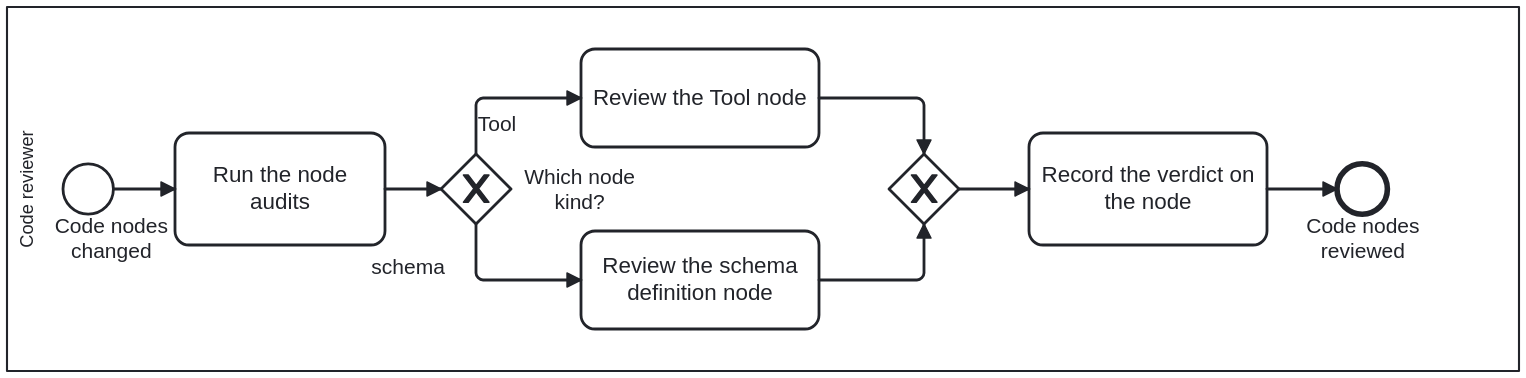
Earlier version of the BPMN export docs/assets/img/workflows/review-code.svg (litlfred/cat-harness). Its source is kept beside it as processes/kg/review-code.bpmn. Ids are renumbered.
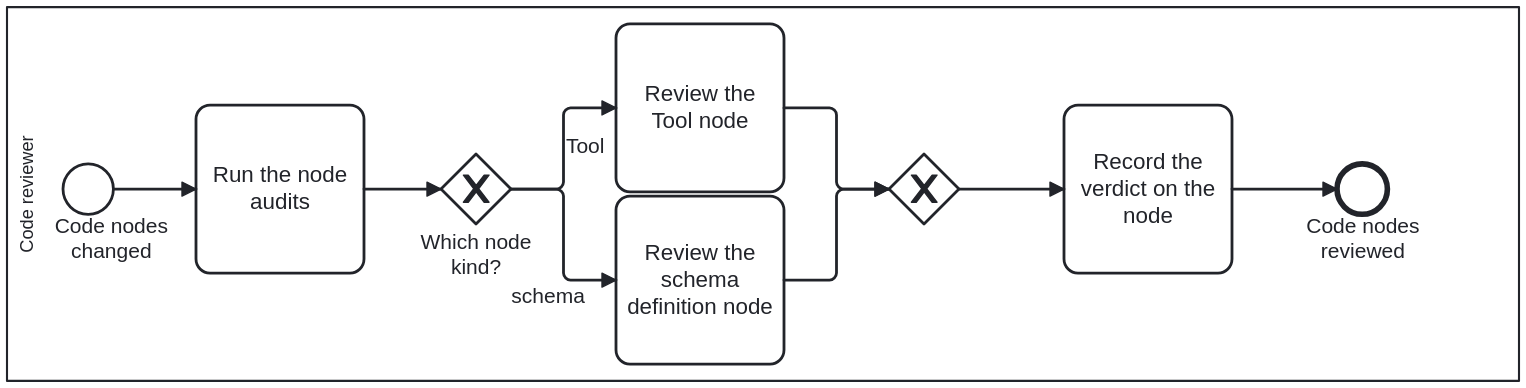
After the commit.

Diff of the diagram source:
```diff
@@ -119,58 +119,74 @@
   <bpmndi:BPMNDiagram id="Diagram_CodeReview">
     <bpmndi:BPMNPlane id="Plane_CodeReview" bpmnElement="Process_CodeReview">
       <bpmndi:BPMNShape id="S_Lane_CodeReviewer" bpmnElement="Lane_CodeReviewer" isHorizontal="true">
-        <dc:Bounds x="160" y="80" width="1080" height="260"/>
+        <dc:Bounds x="160" y="80" width="1080" height="267" />
       </bpmndi:BPMNShape>
       <bpmndi:BPMNShape id="S_Start_CodeNodes" bpmnElement="Start_CodeNodes">
-        <dc:Bounds x="200" y="192" width="36" height="36"/>
-        <bpmndi:BPMNLabel><dc:Bounds x="189.51" y="227.5" width="90" height="36" /></bpmndi:BPMNLabel>
-      </bpmndi:BPMNShape>
+        <dc:Bounds x="200" y="192" width="36" height="36" />
+
+      <bpmndi:BPMNLabel><dc:Bounds x="189.51" y="227.5" width="90" height="36" /></bpmndi:BPMNLabel></bpmndi:BPMNShape>
       <bpmndi:BPMNShape id="S_Task_RunNodeAudits" bpmnElement="Task_RunNodeAudits">
-        <dc:Bounds x="280" y="170" width="150" height="80"/>
+        <dc:Bounds x="295" y="150" width="120" height="120" />
       </bpmndi:BPMNShape>
       <bpmndi:BPMNShape id="S_GW_NodeKind" bpmnElement="GW_NodeKind" isMarkerVisible="true">
-        <dc:Bounds x="470" y="185" width="50" height="50"/>
-        <bpmndi:BPMNLabel><dc:Bounds x="524" y="192.5" width="90" height="35" /></bpmndi:BPMNLabel>
-      </bpmndi:BPMNShape>
+        <dc:Bounds x="470" y="185" width="50" height="50" />
+
+      <bpmndi:BPMNLabel><dc:Bounds x="450" y="239" width="90" height="35" /></bpmndi:BPMNLabel></bpmndi:BPMNShape>
       <bpmndi:BPMNShape id="S_Task_ReviewTool" bpmnElement="Task_ReviewTool">
-        <dc:Bounds x="570" y="110" width="170" height="70"/>
+        <dc:Bounds x="595" y="92" width="120" height="120" />
       </bpmndi:BPMNShape>
       <bpmndi:BPMNShape id="S_Task_ReviewSchema" bpmnElement="Task_ReviewSchema">
-        <dc:Bounds x="570" y="240" width="170" height="70"/>
+        <dc:Bounds x="595" y="215" width="120" height="120" />
       </bpmndi:BPMNShape>
       <bpmndi:BPMNShape id="S_GW_Join" bpmnElement="GW_Join" isMarkerVisible="true">
-        <dc:Bounds x="790" y="185" width="50" height="50"/>
+        <dc:Bounds x="790" y="185" width="50" height="50" />
       </bpmndi:BPMNShape>
       <bpmndi:BPMNShape id="S_Task_RecordVerdict" bpmnElement="Task_RecordVerdict">
-        <dc:Bounds x="890" y="170" width="170" height="80"/>
+        <dc:Bounds x="915" y="150" width="120" height="120" />
       </bpmndi:BPMNShape>
       <bpmndi:BPMNShape id="S_End_CodeReviewed" bpmnElement="End_CodeReviewed">
-        <dc:Bounds x="1110" y="192" width="36" height="36"/>
+        <dc:Bounds x="1110" y="192" width="36" height="36" />
       </bpmndi:BPMNShape>
       <bpmndi:BPMNEdge id="E_F_C1" bpmnElement="F_C1">
-        <di:waypoint x="236" y="210"/><di:waypoint x="280" y="210"/>
+        <di:waypoint x="236" y="210" />
+        <di:waypoint x="295" y="210" />
       </bpmndi:BPMNEdge>
       <bpmndi:BPMNEdge id="E_F_C2" bpmnElement="F_C2">
-        <di:waypoint x="430" y="210"/><di:waypoint x="470" y="210"/>
+        <di:waypoint x="415" y="210" />
+        <di:waypoint x="470" y="210" />
       </bpmndi:BPMNEdge>
       <bpmndi:BPMNEdge id="E_F_C3" bpmnElement="F_C3">
-        <di:waypoint x="495" y="185"/><di:waypoint x="495" y="145"/><di:waypoint x="570" y="145"/>
+        <di:waypoint x="520" y="210" />
+        <di:waypoint x="557.5" y="210" />
+        <di:waypoint x="557.5" y="152" />
+        <di:waypoint x="595" y="152" />
       </bpmndi:BPMNEdge>
       <bpmndi:BPMNEdge id="E_F_C4" bpmnElement="F_C4">
-        <di:waypoint x="495" y="235"/><di:waypoint x="495" y="275"/><di:waypoint x="570" y="275"/>
-        <bpmndi:BPMNLabel><dc:Bounds x="401" y="256.5" width="90" height="17" /></bpmndi:BPMNLabel>
+        <di:waypoint x="520" y="210" />
+        <di:waypoint x="557.5" y="210" />
+        <di:waypoint x="557.5" y="275" />
+        <di:waypoint x="595" y="275" />
+        <bpmndi:BPMNLabel><dc:Bounds x="501" y="278" width="90" height="17" /></bpmndi:BPMNLabel>
       </bpmndi:BPMNEdge>
       <bpmndi:BPMNEdge id="E_F_C5" bpmnElement="F_C5">
-        <di:waypoint x="740" y="145"/><di:waypoint x="815" y="145"/><di:waypoint x="815" y="185"/>
+        <di:waypoint x="715" y="152" />
+        <di:waypoint x="752.5" y="152" />
+        <di:waypoint x="752.5" y="210" />
+        <di:waypoint x="790" y="210" />
       </bpmndi:BPMNEdge>
       <bpmndi:BPMNEdge id="E_F_C6" bpmnElement="F_C6">
-        <di:waypoint x="740" y="275"/><di:waypoint x="815" y="275"/><di:waypoint x="815" y="235"/>
+        <di:waypoint x="715" y="275" />
+        <di:waypoint x="752.5" y="275" />
+        <di:waypoint x="752.5" y="210" />
+        <di:waypoint x="790" y="210" />
       </bpmndi:BPMNEdge>
       <bpmndi:BPMNEdge id="E_F_C7" bpmnElement="F_C7">
-        <di:waypoint x="840" y="210"/><di:waypoint x="890" y="210"/>
+        <di:waypoint x="840" y="210" />
+        <di:waypoint x="915" y="210" />
       </bpmndi:BPMNEdge>
       <bpmndi:BPMNEdge id="E_F_C8" bpmnElement="F_C8">
-        <di:waypoint x="1060" y="210"/><di:waypoint x="1110" y="210"/>
+        <di:waypoint x="1035" y="210" />
+        <di:waypoint x="1110" y="210" />
       </bpmndi:BPMNEdge>
     </bpmndi:BPMNPlane>
   </bpmndi:BPMNDiagram>
```
